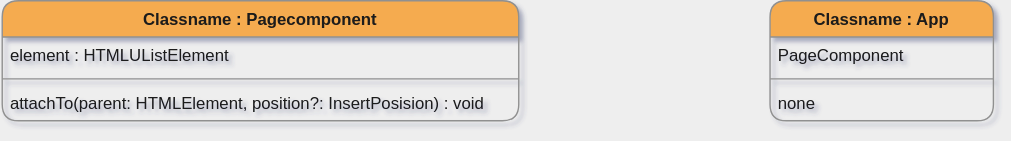
Before: ClassDiagram/class-diagram-motion-initialPage.svg, a diagram exported from draw.io (goldmayo/Motion). Source tidied: cells renumbered, new cells last; positions are measured from the earlier drawing's top-left corner, leaving out a move shared by most shapes. Its diagram source:
```xml
<mxGraphModel background="#EEEEEE" shadow="1">
  <root>
    <mxCell id="0" />
    <mxCell id="1" parent="0" />
    <mxCell id="2" value="Classname : App" style="swimlane;fontStyle=1;align=center;verticalAlign=top;horizontal=1;startSize=26;rounded=1;strokeColor=#909090;fillColor=#F5AB50;fontColor=#1A1A1A;" parent="1" vertex="1">
      <mxGeometry x="550" width="160" height="86" as="geometry" />
    </mxCell>
    <mxCell id="3" value="PageComponent" style="text;strokeColor=none;fillColor=none;align=left;verticalAlign=top;spacingLeft=4;spacingRight=4;overflow=hidden;fontColor=#1A1A1A;" parent="2" vertex="1">
      <mxGeometry y="26" width="160" height="26" as="geometry" />
    </mxCell>
    <mxCell id="4" style="line;strokeWidth=1;fillColor=none;align=left;verticalAlign=middle;spacingTop=-1;spacingLeft=3;spacingRight=3;labelPosition=right;strokeColor=#909090;fontColor=#1A1A1A;labelBackgroundColor=#EEEEEE;" parent="2" vertex="1">
      <mxGeometry y="52" width="160" height="8" as="geometry" />
    </mxCell>
    <mxCell id="5" value="none" style="text;strokeColor=none;fillColor=none;align=left;verticalAlign=top;spacingLeft=4;spacingRight=4;overflow=hidden;fontColor=#1A1A1A;" parent="2" vertex="1">
      <mxGeometry y="60" width="160" height="26" as="geometry" />
    </mxCell>
    <mxCell id="6" value="Classname : Pagecomponent" style="swimlane;fontStyle=1;align=center;verticalAlign=top;horizontal=1;startSize=26;rounded=1;strokeColor=#909090;fillColor=#F5AB50;fontColor=#1A1A1A;" parent="1" vertex="1">
      <mxGeometry width="370" height="86" as="geometry" />
    </mxCell>
    <mxCell id="7" value="element : HTMLUListElement" style="text;strokeColor=none;fillColor=none;align=left;verticalAlign=top;spacingLeft=4;spacingRight=4;overflow=hidden;fontColor=#1A1A1A;" parent="6" vertex="1">
      <mxGeometry y="26" width="370" height="26" as="geometry" />
    </mxCell>
    <mxCell id="8" style="line;strokeWidth=1;fillColor=none;align=left;verticalAlign=middle;spacingTop=-1;spacingLeft=3;spacingRight=3;labelPosition=right;strokeColor=#909090;fontColor=#1A1A1A;labelBackgroundColor=#EEEEEE;" parent="6" vertex="1">
      <mxGeometry y="52" width="370" height="8" as="geometry" />
    </mxCell>
    <mxCell id="9" value="attachTo(parent: HTMLElement, position?: InsertPosision) : void" style="text;strokeColor=none;fillColor=none;align=left;verticalAlign=top;spacingLeft=4;spacingRight=4;overflow=hidden;fontColor=#1A1A1A;" parent="6" vertex="1">
      <mxGeometry y="60" width="370" height="26" as="geometry" />
    </mxCell>
  </root>
</mxGraphModel>
```
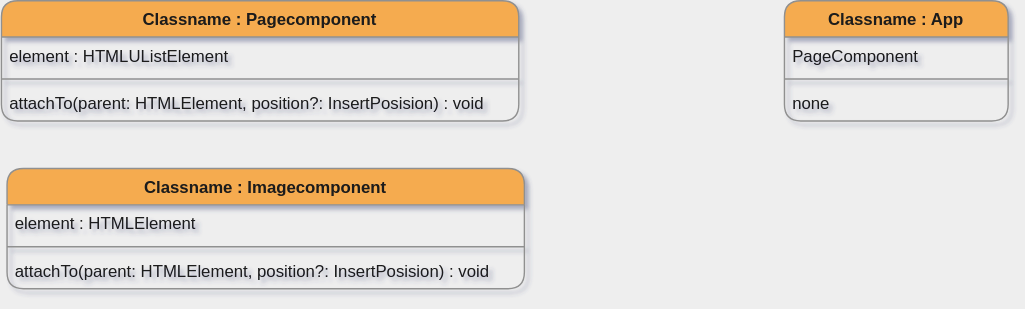
Later version of the same file.

Commit message:
update class diagram add .png file

Diff of the diagram source:
```diff
@@ -3,7 +3,7 @@
     <mxCell id="0" />
     <mxCell id="1" parent="0" />
     <mxCell id="2" value="Classname : App" style="swimlane;fontStyle=1;align=center;verticalAlign=top;horizontal=1;startSize=26;rounded=1;strokeColor=#909090;fillColor=#F5AB50;fontColor=#1A1A1A;" parent="1" vertex="1">
-      <mxGeometry x="550" width="160" height="86" as="geometry" />
+      <mxGeometry x="560" width="160" height="86" as="geometry" />
     </mxCell>
     <mxCell id="3" value="PageComponent" style="text;strokeColor=none;fillColor=none;align=left;verticalAlign=top;spacingLeft=4;spacingRight=4;overflow=hidden;fontColor=#1A1A1A;" parent="2" vertex="1">
       <mxGeometry y="26" width="160" height="26" as="geometry" />
@@ -26,5 +26,17 @@
     <mxCell id="9" value="attachTo(parent: HTMLElement, position?: InsertPosision) : void" style="text;strokeColor=none;fillColor=none;align=left;verticalAlign=top;spacingLeft=4;spacingRight=4;overflow=hidden;fontColor=#1A1A1A;" parent="6" vertex="1">
       <mxGeometry y="60" width="370" height="26" as="geometry" />
     </mxCell>
+    <mxCell id="10" value="Classname : Imagecomponent" style="swimlane;fontStyle=1;align=center;verticalAlign=top;horizontal=1;startSize=26;rounded=1;strokeColor=#909090;fillColor=#F5AB50;fontColor=#1A1A1A;" parent="1" vertex="1">
+      <mxGeometry x="4" y="120" width="370" height="86" as="geometry" />
+    </mxCell>
+    <mxCell id="11" value="element : HTMLElement" style="text;strokeColor=none;fillColor=none;align=left;verticalAlign=top;spacingLeft=4;spacingRight=4;overflow=hidden;fontColor=#1A1A1A;" parent="10" vertex="1">
+      <mxGeometry y="26" width="370" height="26" as="geometry" />
+    </mxCell>
+    <mxCell id="12" style="line;strokeWidth=1;fillColor=none;align=left;verticalAlign=middle;spacingTop=-1;spacingLeft=3;spacingRight=3;labelPosition=right;strokeColor=#909090;fontColor=#1A1A1A;labelBackgroundColor=#EEEEEE;" parent="10" vertex="1">
+      <mxGeometry y="52" width="370" height="8" as="geometry" />
+    </mxCell>
+    <mxCell id="13" value="attachTo(parent: HTMLElement, position?: InsertPosision) : void" style="text;strokeColor=none;fillColor=none;align=left;verticalAlign=top;spacingLeft=4;spacingRight=4;overflow=hidden;fontColor=#1A1A1A;" parent="10" vertex="1">
+      <mxGeometry y="60" width="370" height="26" as="geometry" />
+    </mxCell>
   </root>
 </mxGraphModel>
```
